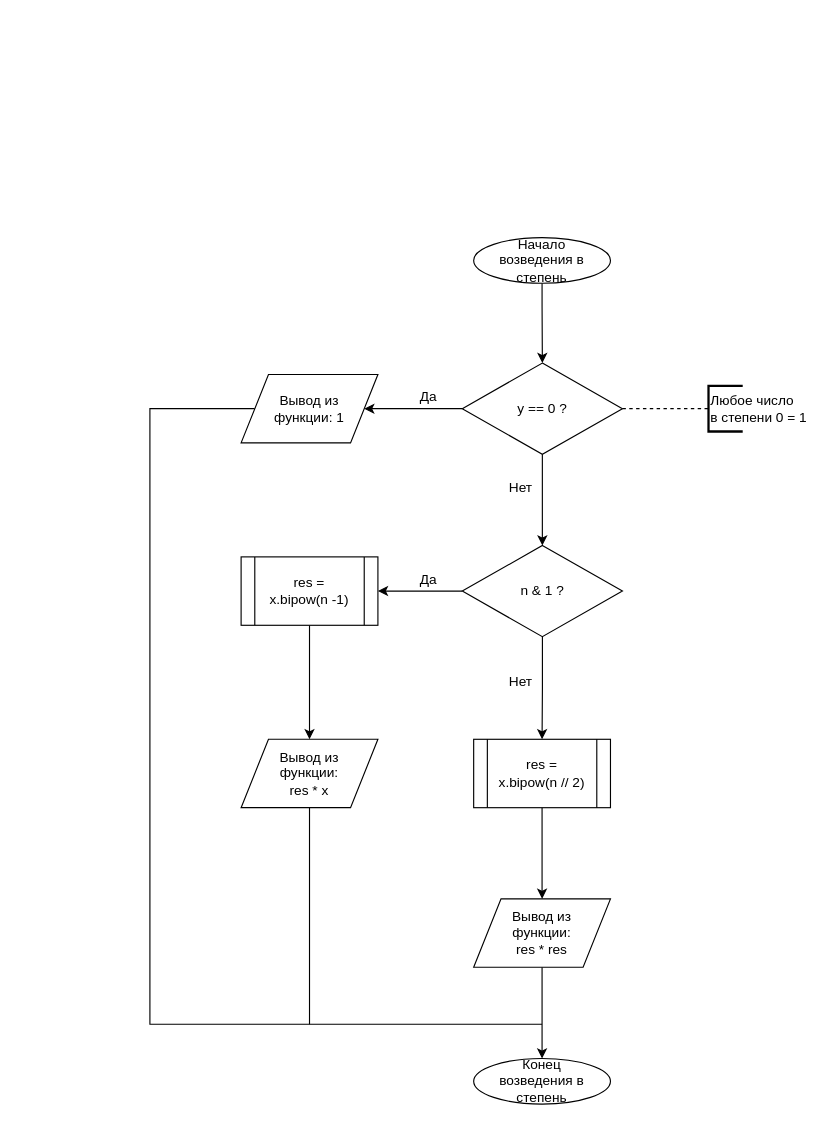
Earlier version of the draw.io diagram page "Степень" (6 of 10) of flowcharts/Flowchart.drawio (DvaMishkiLapa/LongArithmeticCalc). Source tidied: cells renumbered, new cells numbered last; positions are measured from the earlier drawing's top-left corner, leaving out a move shared by most shapes. Both pictures are drawn from the tidied source at 114%, with x=0, y=0 at pixel (149, 237).
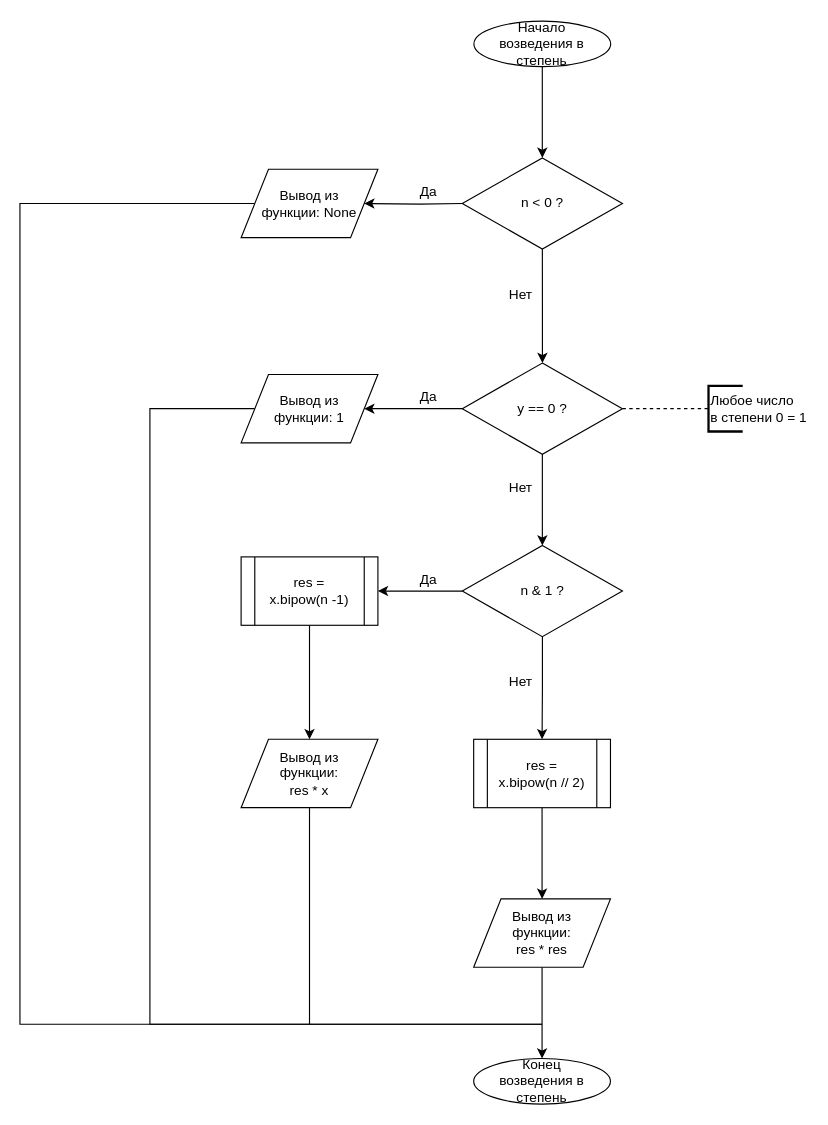
The same page after the edit.

Unchanged cells that the change refers to:
```xml
<mxCell id="7" value="y == 0 ?" style="rhombus;whiteSpace=wrap;html=1;" parent="1" vertex="1">
  <mxGeometry x="274" y="110" width="140.5" height="80" as="geometry" />
</mxCell>
```

Change to the diagram source:
```diff
@@
-    <mxCell id="2" style="edgeStyle=orthogonalEdgeStyle;rounded=0;jettySize=auto;html=1;entryX=0.5;entryY=0;entryDx=0;entryDy=0;" parent="1" edge="1" source="3" target="7">
+    <mxCell id="2" style="edgeStyle=orthogonalEdgeStyle;rounded=0;jettySize=auto;html=1;exitX=0.5;exitY=1;exitDx=0;exitDy=0;" parent="1" edge="1" source="3">
       <mxGeometry relative="1" as="geometry">
-        <Array as="points">
-          <mxPoint x="344" y="60" />
-          <mxPoint x="344" y="60" />
-        </Array>
+        <mxPoint x="344.2" y="-70" as="targetPoint" />
       </mxGeometry>
     </mxCell>
     <mxCell id="3" value="Начало&lt;br&gt;возведения в степень" style="ellipse;whiteSpace=wrap;html=1;" parent="1" vertex="1">
-      <mxGeometry x="284" width="120" height="40" as="geometry" />
+      <mxGeometry x="284.2" y="-190" width="120" height="40" as="geometry" />
     </mxCell>
@@
+    <mxCell id="27" value="n &amp;lt; 0 ?" style="rhombus;whiteSpace=wrap;html=1;" parent="1" vertex="1">
+      <mxGeometry x="274" y="-70" width="140.5" height="80" as="geometry" />
+    </mxCell>
+    <mxCell id="28" style="edgeStyle=orthogonalEdgeStyle;rounded=0;jettySize=auto;html=1;exitX=0.5;exitY=1;exitDx=0;exitDy=0;" parent="1" edge="1" source="27" target="7">
+      <mxGeometry relative="1" as="geometry" />
+    </mxCell>
+    <mxCell id="29" style="edgeStyle=orthogonalEdgeStyle;rounded=0;jettySize=auto;html=1;" parent="1" edge="1" target="32">
+      <mxGeometry relative="1" as="geometry">
+        <mxPoint x="274" y="-30" as="sourcePoint" />
+      </mxGeometry>
+    </mxCell>
+    <mxCell id="30" value="Да" style="text;html=1;align=center;verticalAlign=middle;" parent="1" vertex="1">
+      <mxGeometry x="229" y="-50" width="30" height="20" as="geometry" />
+    </mxCell>
+    <mxCell id="31" style="edgeStyle=orthogonalEdgeStyle;rounded=0;jettySize=auto;html=1;endArrow=none;endFill=0;" parent="1" edge="1" source="32">
+      <mxGeometry relative="1" as="geometry">
+        <mxPoint x="344" y="690" as="targetPoint" />
+        <Array as="points">
+          <mxPoint x="-114" y="-30" />
+          <mxPoint x="-114" y="690" />
+        </Array>
+      </mxGeometry>
+    </mxCell>
+    <mxCell id="32" value="Вывод из&lt;br&gt;функции: None" style="shape=parallelogram;perimeter=parallelogramPerimeter;whiteSpace=wrap;html=1;rounded=0;shadow=0;comic=0;gradientColor=none;" parent="1" vertex="1">
+      <mxGeometry x="80" y="-60" width="120" height="60" as="geometry" />
+    </mxCell>
+    <mxCell id="33" value="Нет" style="text;html=1;align=center;verticalAlign=middle;" parent="1" vertex="1">
+      <mxGeometry x="305" y="40" width="40" height="20" as="geometry" />
+    </mxCell>
```
